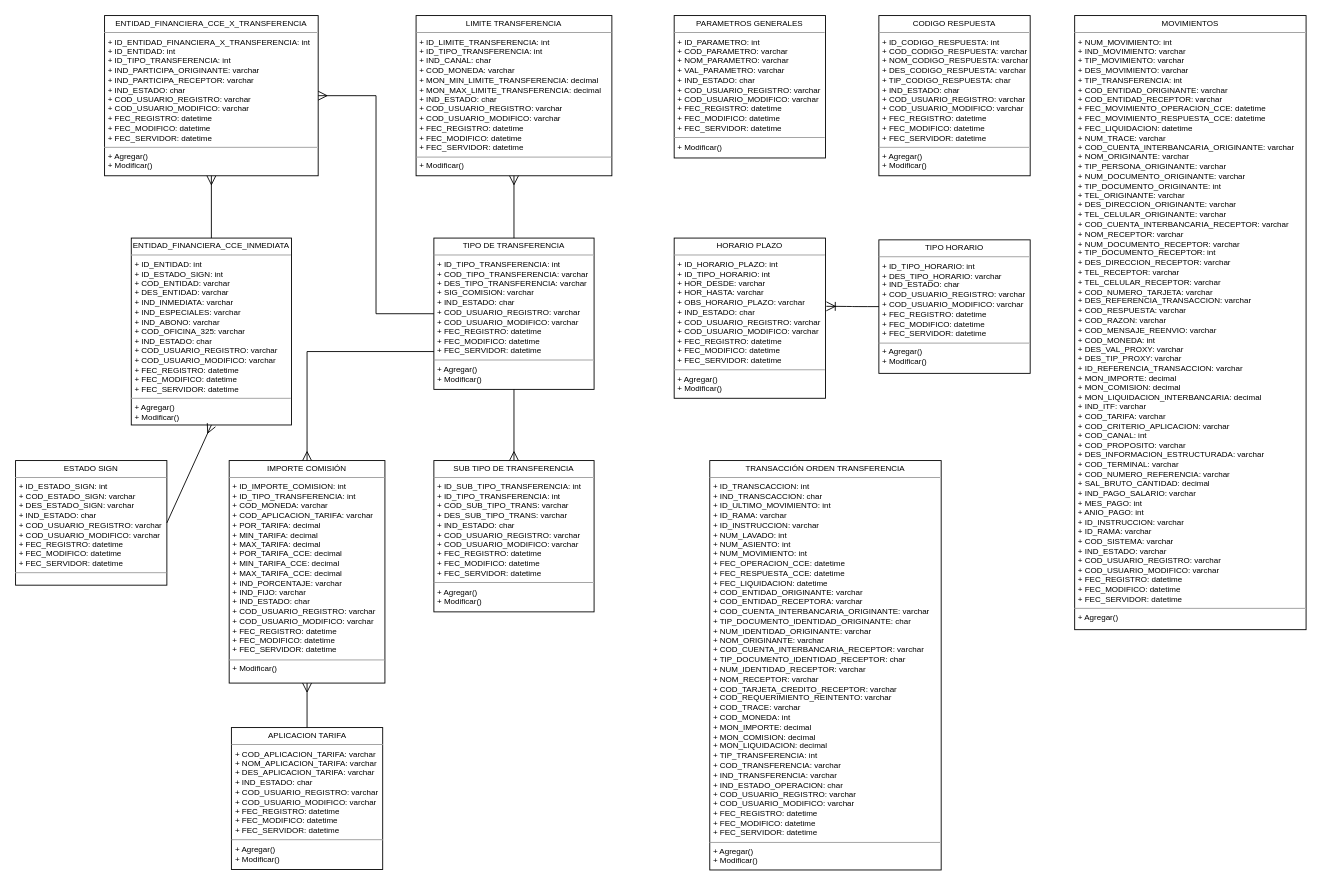
Before: page "Diagrama de clases" (5 of 6) of Diagramas.drawio in Richard-MJ/CMACT, a draw.io diagram. Source tidied: cells renumbered, new cells numbered last; positions are measured from the earlier drawing's top-left corner, leaving out a move shared by most shapes. Both pictures are drawn from the tidied source at 89%, with x=0, y=0 at pixel (15, 15).
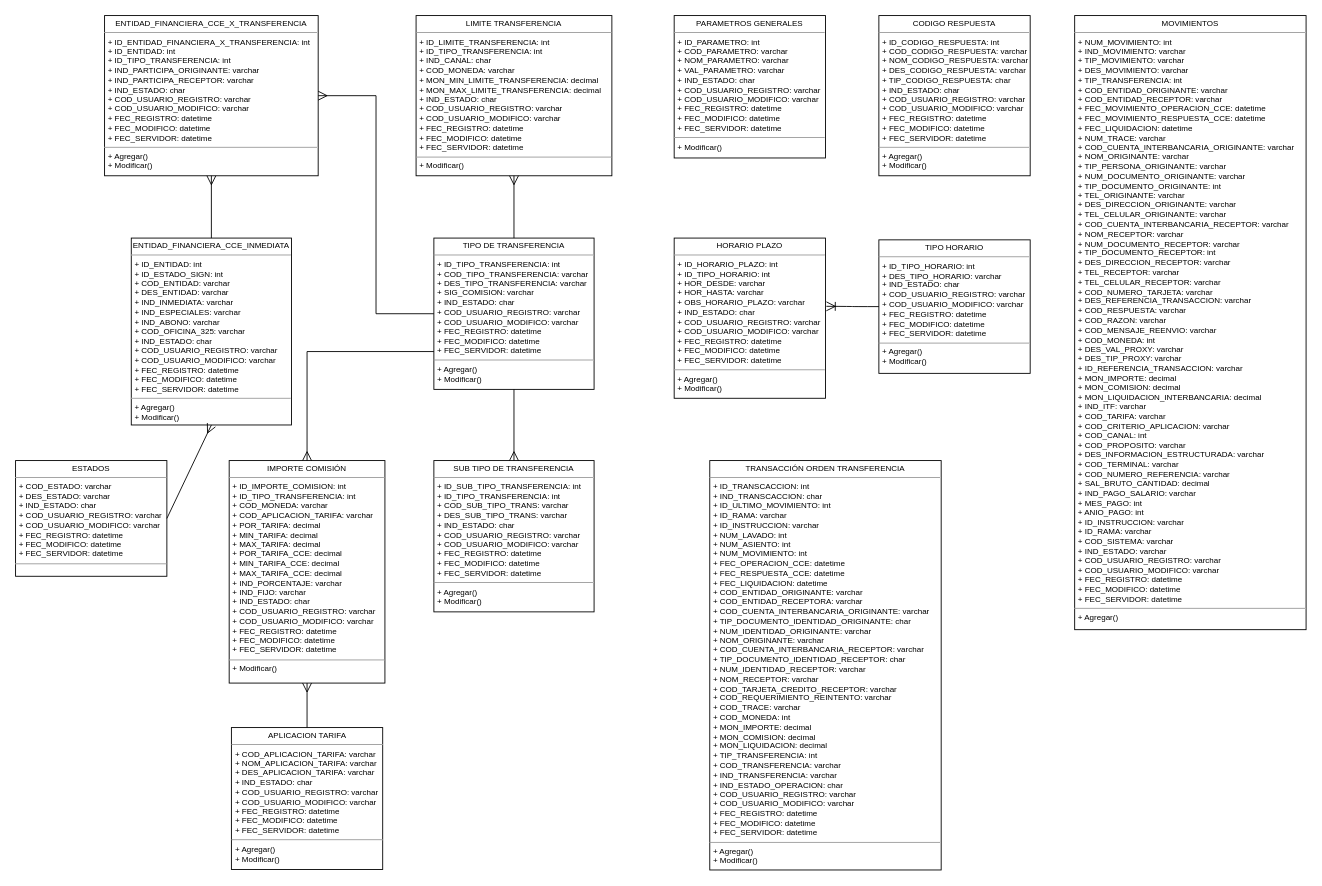
After the change.

Diff of the diagram source:
```diff
@@
-    <mxCell id="9" value="&lt;p style=&quot;margin: 4px 0px 0px; text-align: center; font-size: 9px;&quot;&gt;&lt;font style=&quot;font-size: 9px;&quot;&gt;&lt;font style=&quot;font-size: 9px;&quot;&gt;ESTADO SIGN&lt;/font&gt;&lt;br&gt;&lt;/font&gt;&lt;/p&gt;&lt;hr style=&quot;font-size: 9px;&quot; size=&quot;1&quot;&gt;&lt;p style=&quot;margin: 0px 0px 0px 4px; font-size: 9px;&quot;&gt;&lt;font style=&quot;font-size: 9px;&quot;&gt;+ ID_ESTADO_SIGN: int&lt;/font&gt;&lt;/p&gt;&lt;p style=&quot;margin: 0px 0px 0px 4px; font-size: 9px;&quot;&gt;&lt;font style=&quot;font-size: 9px;&quot;&gt;+ COD_ESTADO_SIGN: varchar&lt;/font&gt;&lt;/p&gt;&lt;p style=&quot;margin: 0px 0px 0px 4px; font-size: 9px;&quot;&gt;&lt;font style=&quot;font-size: 9px;&quot;&gt;+ DES_ESTADO_SIGN: varchar&lt;/font&gt;&lt;/p&gt;&lt;p style=&quot;margin: 0px 0px 0px 4px; font-size: 9px;&quot;&gt;&lt;font style=&quot;font-size: 9px;&quot;&gt;+ IND_ESTADO: char&lt;/font&gt;&lt;/p&gt;&lt;p style=&quot;margin: 0px 0px 0px 4px; font-size: 9px;&quot;&gt;&lt;font style=&quot;font-size: 9px;&quot;&gt;+ COD_USUARIO_REGISTRO: varchar&lt;/font&gt;&lt;/p&gt;&lt;p style=&quot;margin: 0px 0px 0px 4px; font-size: 9px;&quot;&gt;&lt;font style=&quot;font-size: 9px;&quot;&gt;+ COD_USUARIO_MODIFICO: varchar&lt;/font&gt;&lt;/p&gt;&lt;p style=&quot;margin: 0px 0px 0px 4px; font-size: 9px;&quot;&gt;&lt;font style=&quot;font-size: 9px;&quot;&gt;+ FEC_REGISTRO: datetime&lt;/font&gt;&lt;/p&gt;&lt;p style=&quot;margin: 0px 0px 0px 4px; font-size: 9px;&quot;&gt;&lt;font style=&quot;font-size: 9px;&quot;&gt;+ FEC_MODIFICO: datetime&lt;/font&gt;&lt;/p&gt;&lt;p style=&quot;margin: 0px 0px 0px 4px; font-size: 9px;&quot;&gt;&lt;font style=&quot;font-size: 9px;&quot;&gt;+ FEC_SERVIDOR: datetime&lt;/font&gt;&lt;/p&gt;&lt;hr style=&quot;font-size: 9px;&quot; size=&quot;1&quot;&gt;&lt;p style=&quot;margin: 0px 0px 0px 4px; font-size: 9px;&quot;&gt;&lt;br&gt;&lt;/p&gt;" style="verticalAlign=top;align=left;overflow=fill;fontSize=12;fontFamily=Helvetica;html=1;whiteSpace=wrap;" parent="1" vertex="1">
-      <mxGeometry y="500" width="170" height="140" as="geometry" />
+    <mxCell id="9" value="&lt;p style=&quot;margin: 4px 0px 0px; text-align: center; font-size: 9px;&quot;&gt;&lt;font style=&quot;font-size: 9px;&quot;&gt;&lt;font style=&quot;font-size: 9px;&quot;&gt;ESTADOS&lt;/font&gt;&lt;br&gt;&lt;/font&gt;&lt;/p&gt;&lt;hr style=&quot;font-size: 9px;&quot; size=&quot;1&quot;&gt;&lt;p style=&quot;margin: 0px 0px 0px 4px; font-size: 9px;&quot;&gt;&lt;span style=&quot;background-color: initial;&quot;&gt;+ COD_ESTADO: varchar&lt;/span&gt;&lt;br&gt;&lt;/p&gt;&lt;p style=&quot;margin: 0px 0px 0px 4px; font-size: 9px;&quot;&gt;&lt;font style=&quot;font-size: 9px;&quot;&gt;+ DES_ESTADO: varchar&lt;/font&gt;&lt;/p&gt;&lt;p style=&quot;margin: 0px 0px 0px 4px; font-size: 9px;&quot;&gt;&lt;font style=&quot;font-size: 9px;&quot;&gt;+ IND_ESTADO: char&lt;/font&gt;&lt;/p&gt;&lt;p style=&quot;margin: 0px 0px 0px 4px; font-size: 9px;&quot;&gt;&lt;font style=&quot;font-size: 9px;&quot;&gt;+ COD_USUARIO_REGISTRO: varchar&lt;/font&gt;&lt;/p&gt;&lt;p style=&quot;margin: 0px 0px 0px 4px; font-size: 9px;&quot;&gt;&lt;font style=&quot;font-size: 9px;&quot;&gt;+ COD_USUARIO_MODIFICO: varchar&lt;/font&gt;&lt;/p&gt;&lt;p style=&quot;margin: 0px 0px 0px 4px; font-size: 9px;&quot;&gt;&lt;font style=&quot;font-size: 9px;&quot;&gt;+ FEC_REGISTRO: datetime&lt;/font&gt;&lt;/p&gt;&lt;p style=&quot;margin: 0px 0px 0px 4px; font-size: 9px;&quot;&gt;&lt;font style=&quot;font-size: 9px;&quot;&gt;+ FEC_MODIFICO: datetime&lt;/font&gt;&lt;/p&gt;&lt;p style=&quot;margin: 0px 0px 0px 4px; font-size: 9px;&quot;&gt;&lt;font style=&quot;font-size: 9px;&quot;&gt;+ FEC_SERVIDOR: datetime&lt;/font&gt;&lt;/p&gt;&lt;hr style=&quot;font-size: 9px;&quot; size=&quot;1&quot;&gt;&lt;p style=&quot;margin: 0px 0px 0px 4px; font-size: 9px;&quot;&gt;&lt;br&gt;&lt;/p&gt;" style="verticalAlign=top;align=left;overflow=fill;fontSize=12;fontFamily=Helvetica;html=1;whiteSpace=wrap;" parent="1" vertex="1">
+      <mxGeometry y="500" width="170" height="130" as="geometry" />
     </mxCell>
```
